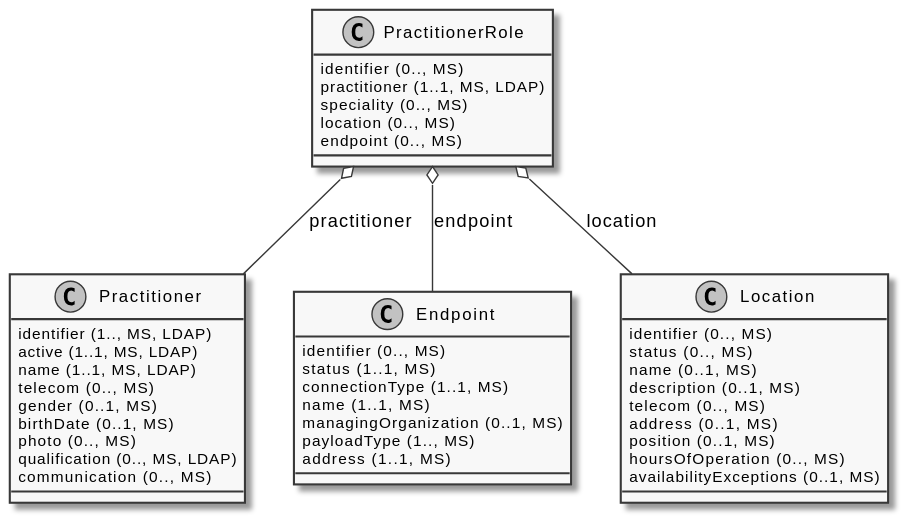
gematik/api-vzd keeps this PlantUML diagram as images/diagrams/ClassDiagram.PractitionerRole.svg. Above is the earlier version.
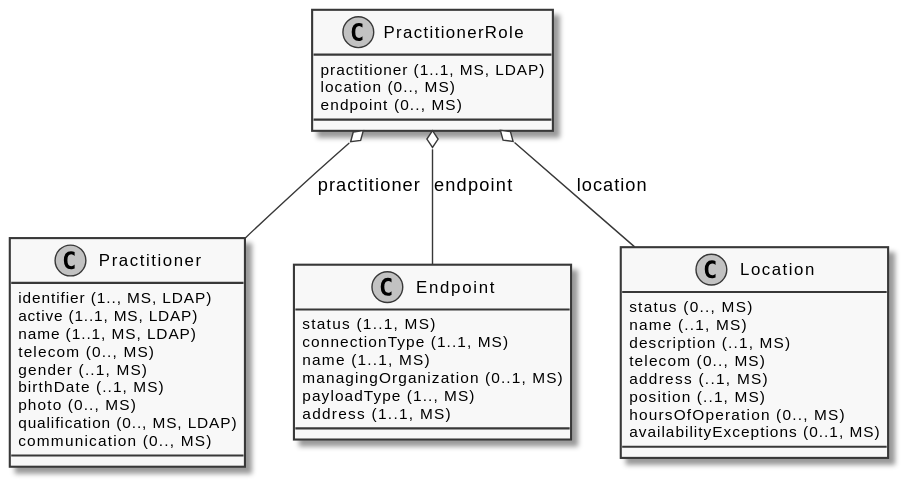
After the change.

What changed in the source:
```diff
@@ -1,9 +1,7 @@
 @startuml ClassDiagram.PractitionerRole
 skinparam monochrome true
 class PractitionerRole {
-  {field} identifier (0.., MS)
   {field} practitioner (1..1, MS, LDAP)
-  {field} speciality (0.., MS)
   {field} location (0.., MS)
   {field} endpoint (0.., MS)
 }
@@ -12,14 +10,13 @@
   {field} active (1..1, MS, LDAP)
   {field} name (1..1, MS, LDAP)
   {field} telecom (0.., MS)
-  {field} gender (0..1, MS)
-  {field} birthDate (0..1, MS)
+  {field} gender (..1, MS)
+  {field} birthDate (..1, MS)
   {field} photo (0.., MS)
   {field} qualification (0.., MS, LDAP)
   {field} communication (0.., MS)
 }
 class Endpoint {
-  {field} identifier (0.., MS)
   {field} status (1..1, MS)
   {field} connectionType (1..1, MS)
   {field} name (1..1, MS)
@@ -28,13 +25,12 @@
   {field} address (1..1, MS)
 }
 class Location {
-  {field} identifier (0.., MS)
   {field} status (0.., MS)
-  {field} name (0..1, MS)
-  {field} description (0..1, MS)
+  {field} name (..1, MS)
+  {field} description (..1, MS)
   {field} telecom (0.., MS)
-  {field} address (0..1, MS)
-  {field} position (0..1, MS)
+  {field} address (..1, MS)
+  {field} position (..1, MS)
   {field} hoursOfOperation (0.., MS)
   {field} availabilityExceptions (0..1, MS)
 }
```
